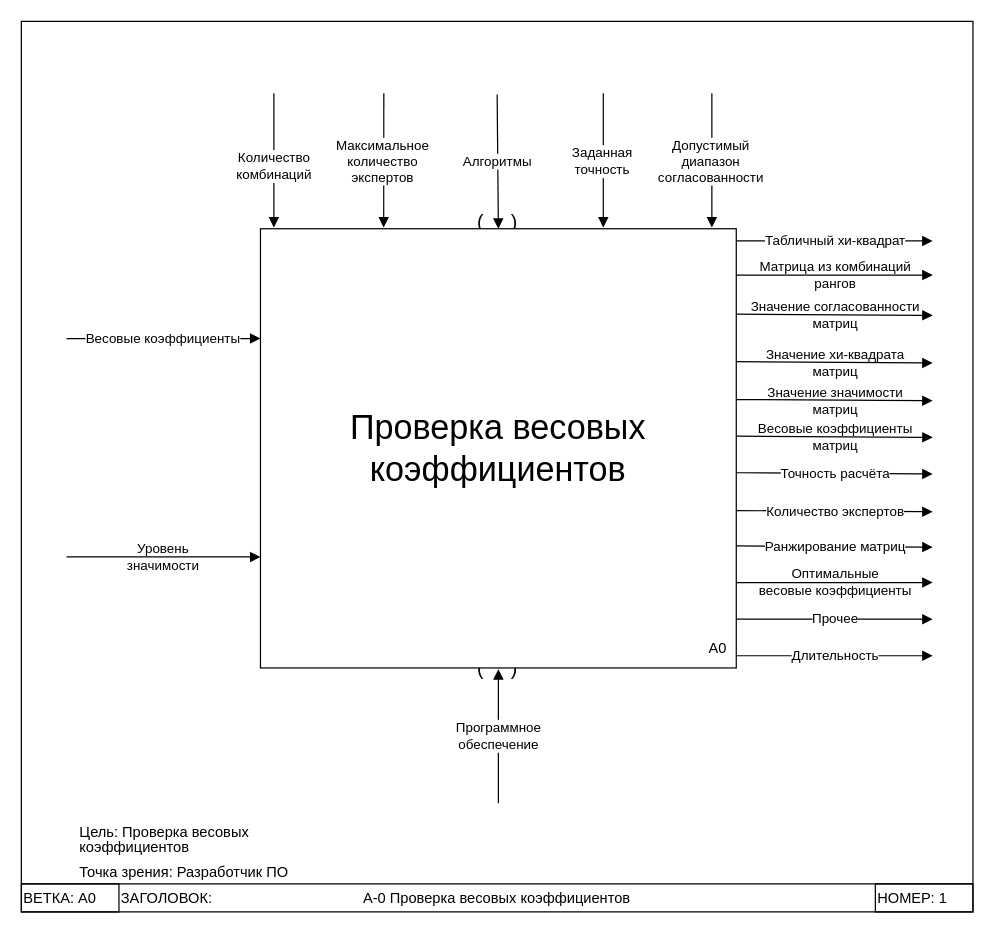
Above: page "Контекстная" (1 of 3) of draw_io/idef0 prog v2.drawio in Dimj1k/Works (draw.io), before the change. Source tidied: cells renumbered, new cells numbered last; positions are measured from the earlier drawing's top-left corner, leaving out a move shared by most shapes. Both pictures are drawn from the tidied source at 122%, with x=0, y=0 at pixel (21, 21).
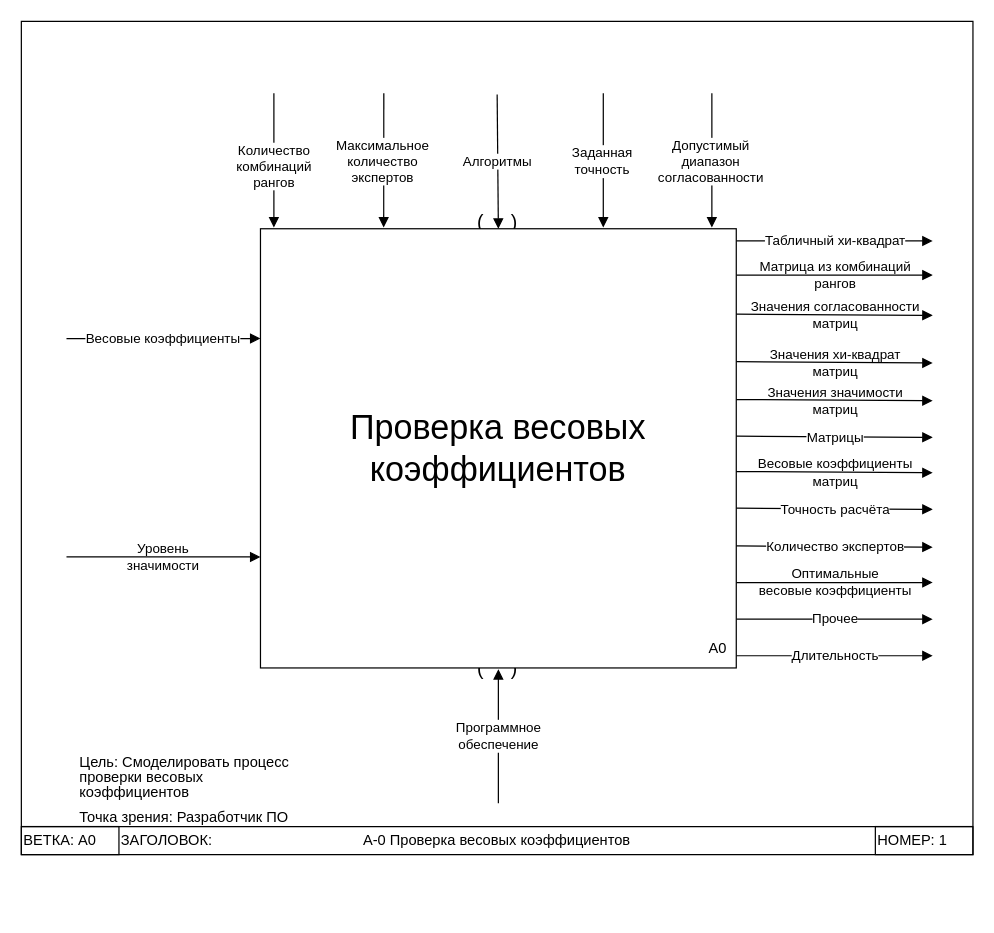
After the change.

What changed in the source:
```diff
@@
     <mxCell id="3" style="swimlane;direction=west;" parent="1" vertex="1">
-      <mxGeometry width="780" height="730" as="geometry" />
+      <mxGeometry width="780" height="683" as="geometry" />
     </mxCell>
     <mxCell id="4" value="ВЕТКА: А0" style="text;html=1;strokeColor=default;fillColor=none;align=left;verticalAlign=middle;whiteSpace=wrap;rounded=0;glass=0;" parent="3" vertex="1">
-      <mxGeometry y="707" width="80" height="23" as="geometry" />
+      <mxGeometry y="660" width="80" height="23" as="geometry" />
     </mxCell>
     <mxCell id="5" value="НОМЕР: 1" style="text;html=1;strokeColor=default;fillColor=none;align=left;verticalAlign=middle;whiteSpace=wrap;rounded=0;glass=0;" parent="3" vertex="1">
-      <mxGeometry x="700" y="707" width="80" height="23" as="geometry" />
+      <mxGeometry x="700" y="660" width="80" height="23" as="geometry" />
     </mxCell>
     <mxCell id="6" value="ЗАГОЛОВОК:&amp;nbsp;" style="text;html=1;strokeColor=none;fillColor=none;align=left;verticalAlign=middle;whiteSpace=wrap;rounded=0;glass=0;" parent="3" vertex="1">
-      <mxGeometry x="80" y="707" width="80" height="23" as="geometry" />
+      <mxGeometry x="80" y="660" width="80" height="23" as="geometry" />
     </mxCell>
     <mxCell id="7" value="А-0 Проверка весовых коэффициентов" style="text;html=1;strokeColor=none;fillColor=none;align=center;verticalAlign=middle;whiteSpace=wrap;rounded=0;glass=0;" parent="3" vertex="1">
-      <mxGeometry x="80" y="707" width="620" height="23" as="geometry" />
+      <mxGeometry x="80" y="660" width="620" height="23" as="geometry" />
     </mxCell>
-    <mxCell id="8" value="&lt;p style=&quot;line-height: 100%;&quot;&gt;Цель: Проверка весовых коэффициентов&lt;/p&gt;&lt;p style=&quot;line-height: 50%;&quot;&gt;Точка зрения: Разработчик ПО&lt;/p&gt;" style="text;html=1;strokeColor=none;fillColor=none;align=left;verticalAlign=middle;whiteSpace=wrap;rounded=0;" parent="3" vertex="1">
-      <mxGeometry x="46" y="650" width="174" height="57" as="geometry" />
+    <mxCell id="8" value="&lt;p style=&quot;line-height: 100%;&quot;&gt;Цель: Смоделировать процесс проверки весовых коэффициентов&lt;/p&gt;&lt;p style=&quot;line-height: 50%;&quot;&gt;Точка зрения: Разработчик ПО&lt;/p&gt;" style="text;html=1;strokeColor=none;fillColor=none;align=left;verticalAlign=middle;whiteSpace=wrap;rounded=0;" parent="3" vertex="1">
+      <mxGeometry x="46" y="599" width="184" height="57" as="geometry" />
     </mxCell>
@@
-    <mxCell id="16" value="Количество&lt;br&gt;комбинаций" style="endArrow=block;html=1;rounded=0;entryX=0.105;entryY=0;entryDx=0;entryDy=0;endFill=1;entryPerimeter=0;" parent="3" edge="1">
+    <mxCell id="16" value="Количество&lt;br&gt;комбинаций&lt;br&gt;рангов" style="endArrow=block;html=1;rounded=0;entryX=0.105;entryY=0;entryDx=0;entryDy=0;endFill=1;entryPerimeter=0;" parent="3" edge="1">
       <mxGeometry x="0.09" relative="1" as="geometry">
         <mxPoint x="207" y="59" as="sourcePoint" />
         <mxPoint x="207" y="169" as="targetPoint" />
       </mxGeometry>
     </mxCell>
@@
-    <mxCell id="19" value="Значение хи-квадрата&lt;br&gt;матриц" style="endArrow=block;html=1;rounded=0;exitX=1;exitY=0.5;exitDx=0;exitDy=0;endFill=1;labelBackgroundColor=none;" parent="3" edge="1">
+    <mxCell id="19" value="Значения хи-квадрат&lt;br&gt;матриц" style="endArrow=block;html=1;rounded=0;exitX=1;exitY=0.5;exitDx=0;exitDy=0;endFill=1;labelBackgroundColor=none;" parent="3" edge="1">
       <mxGeometry relative="1" as="geometry">
         <mxPoint x="586" y="279" as="sourcePoint" />
         <mxPoint x="747" y="280" as="targetPoint" />
       </mxGeometry>
     </mxCell>
@@
-    <mxCell id="27" value="Значение согласованности&lt;br&gt;матриц" style="endArrow=block;html=1;rounded=0;exitX=1;exitY=0.5;exitDx=0;exitDy=0;endFill=1;labelBackgroundColor=none;" parent="1" edge="1">
+    <mxCell id="27" value="Значения согласованности&lt;br&gt;матриц" style="endArrow=block;html=1;rounded=0;exitX=1;exitY=0.5;exitDx=0;exitDy=0;endFill=1;labelBackgroundColor=none;" parent="1" edge="1">
       <mxGeometry relative="1" as="geometry">
         <mxPoint x="586" y="240" as="sourcePoint" />
         <mxPoint x="747" y="241" as="targetPoint" />
       </mxGeometry>
     </mxCell>
-    <mxCell id="28" value="Значение значимости&lt;br&gt;матриц" style="endArrow=block;html=1;rounded=0;exitX=1;exitY=0.5;exitDx=0;exitDy=0;endFill=1;labelBackgroundColor=none;" parent="1" edge="1">
+    <mxCell id="28" value="Значения значимости&lt;br&gt;матриц" style="endArrow=block;html=1;rounded=0;exitX=1;exitY=0.5;exitDx=0;exitDy=0;endFill=1;labelBackgroundColor=none;" parent="1" edge="1">
       <mxGeometry relative="1" as="geometry">
         <mxPoint x="586" y="310" as="sourcePoint" />
         <mxPoint x="747" y="311" as="targetPoint" />
       </mxGeometry>
     </mxCell>
     <mxCell id="29" value="Весовые коэффициенты&lt;br&gt;матриц" style="endArrow=block;html=1;rounded=0;exitX=1;exitY=0.5;exitDx=0;exitDy=0;endFill=1;labelBackgroundColor=none;" parent="1" edge="1">
       <mxGeometry relative="1" as="geometry">
-        <mxPoint x="586" y="340" as="sourcePoint" />
-        <mxPoint x="747" y="341" as="targetPoint" />
+        <mxPoint x="586" y="369" as="sourcePoint" />
+        <mxPoint x="747" y="370" as="targetPoint" />
       </mxGeometry>
     </mxCell>
     <mxCell id="30" value="Точность расчёта" style="endArrow=block;html=1;rounded=0;exitX=1;exitY=0.5;exitDx=0;exitDy=0;endFill=1;labelBackgroundColor=default;" parent="1" edge="1">
       <mxGeometry relative="1" as="geometry">
-        <mxPoint x="586" y="370" as="sourcePoint" />
-        <mxPoint x="747" y="371" as="targetPoint" />
+        <mxPoint x="586" y="399" as="sourcePoint" />
+        <mxPoint x="747" y="400" as="targetPoint" />
       </mxGeometry>
     </mxCell>
     <mxCell id="31" value="Количество экспертов" style="endArrow=block;html=1;rounded=0;exitX=1;exitY=0.5;exitDx=0;exitDy=0;endFill=1;labelBackgroundColor=default;" parent="1" edge="1">
       <mxGeometry relative="1" as="geometry">
-        <mxPoint x="586" y="401" as="sourcePoint" />
-        <mxPoint x="747" y="402" as="targetPoint" />
+        <mxPoint x="586" y="430" as="sourcePoint" />
+        <mxPoint x="747" y="431" as="targetPoint" />
       </mxGeometry>
     </mxCell>
-    <mxCell id="32" value="Ранжирование матриц" style="endArrow=block;html=1;rounded=0;exitX=1;exitY=0.5;exitDx=0;exitDy=0;endFill=1;labelBackgroundColor=default;" parent="1" edge="1">
+    <mxCell id="32" value="Матрицы" style="endArrow=block;html=1;rounded=0;exitX=1;exitY=0.5;exitDx=0;exitDy=0;endFill=1;labelBackgroundColor=default;" parent="1" edge="1">
       <mxGeometry relative="1" as="geometry">
-        <mxPoint x="586" y="430" as="sourcePoint" />
-        <mxPoint x="747" y="431" as="targetPoint" />
+        <mxPoint x="586" y="340" as="sourcePoint" />
+        <mxPoint x="747" y="341" as="targetPoint" />
       </mxGeometry>
     </mxCell>
```
